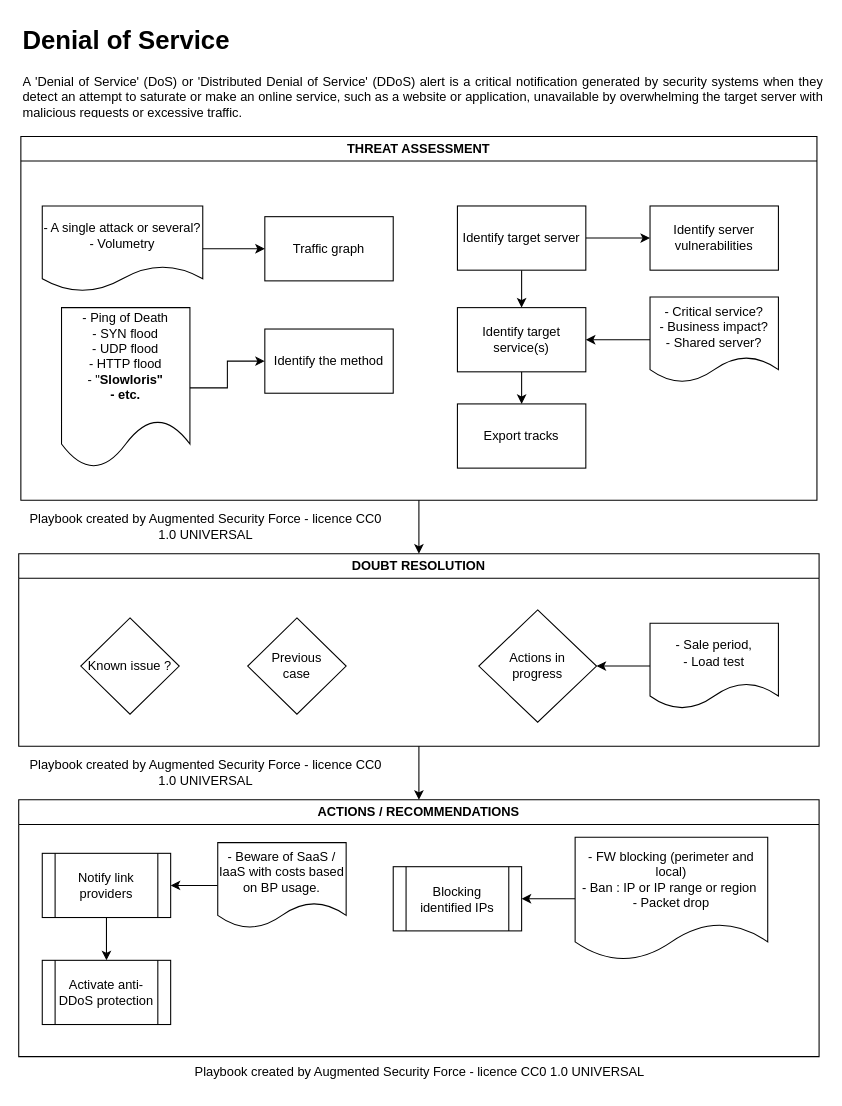
AugmentedSecurityForce/IR_Playbook keeps this draw.io diagram as EN/drawio/EN_Denial_of_Service.drawio. Above is the earlier version. Source tidied: cells renumbered, new cells numbered last; positions are measured from the earlier drawing's top-left corner, leaving out a move shared by most shapes. Both pictures are drawn from the tidied source at 107%, with x=0, y=0 at pixel (18, 18).
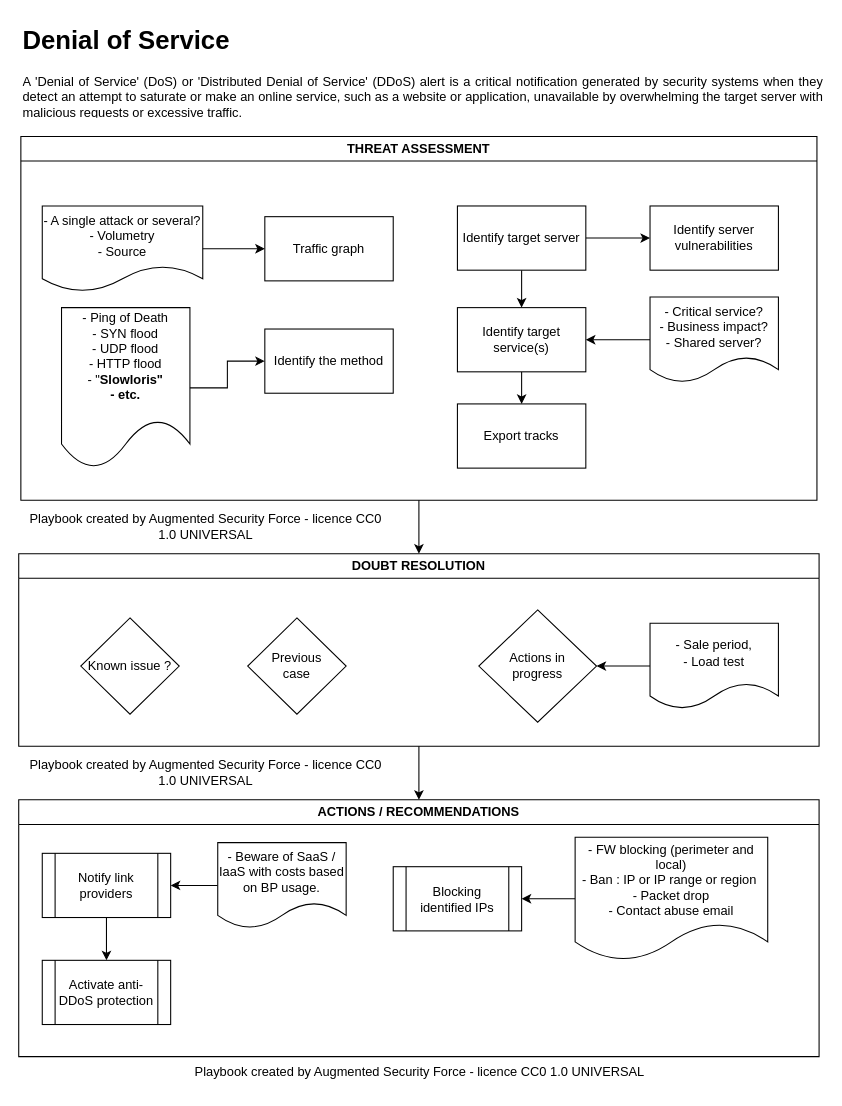
The same diagram, later.

Unchanged cells that the change refers to:
```xml
<mxCell id="3" value="THREAT ASSESSMENT" style="swimlane;whiteSpace=wrap;html=1;" parent="1" vertex="1">
  <mxGeometry x="2" y="110" width="744" height="340" as="geometry" />
</mxCell>
<mxCell id="26" value="ACTIONS / RECOMMENDATIONS" style="swimlane;whiteSpace=wrap;html=1;" parent="1" vertex="1">
  <mxGeometry y="730" width="748" height="240" as="geometry" />
</mxCell>
```

Change to the diagram source:
```diff
@@
-    <mxCell id="4" value="&lt;div&gt;- A single attack or several?&lt;/div&gt;&lt;div&gt;- Volumetry&lt;/div&gt;" style="shape=document;whiteSpace=wrap;html=1;boundedLbl=1;" parent="3" vertex="1">
+    <mxCell id="4" value="&lt;div&gt;- A single attack or several?&lt;/div&gt;&lt;div&gt;- Volumetry&lt;br&gt;- Source&lt;/div&gt;" style="shape=document;whiteSpace=wrap;html=1;boundedLbl=1;" parent="3" vertex="1">
       <mxGeometry x="20" y="65" width="150" height="80" as="geometry" />
     </mxCell>
@@
-    <mxCell id="34" value="&lt;div&gt;- FW blocking (perimeter and local)&lt;/div&gt;&lt;div&gt;- Ban : IP or IP range or region&amp;nbsp;&lt;/div&gt;&lt;div&gt;- Packet drop&lt;/div&gt;" style="shape=document;whiteSpace=wrap;html=1;boundedLbl=1;" parent="26" vertex="1">
+    <mxCell id="34" value="&lt;div&gt;- FW blocking (perimeter and local)&lt;/div&gt;&lt;div&gt;- Ban : IP or IP range or region&amp;nbsp;&lt;/div&gt;&lt;div&gt;- Packet drop&lt;br&gt;- Contact abuse email&lt;/div&gt;" style="shape=document;whiteSpace=wrap;html=1;boundedLbl=1;" parent="26" vertex="1">
       <mxGeometry x="520" y="35" width="180" height="115" as="geometry" />
     </mxCell>
```
